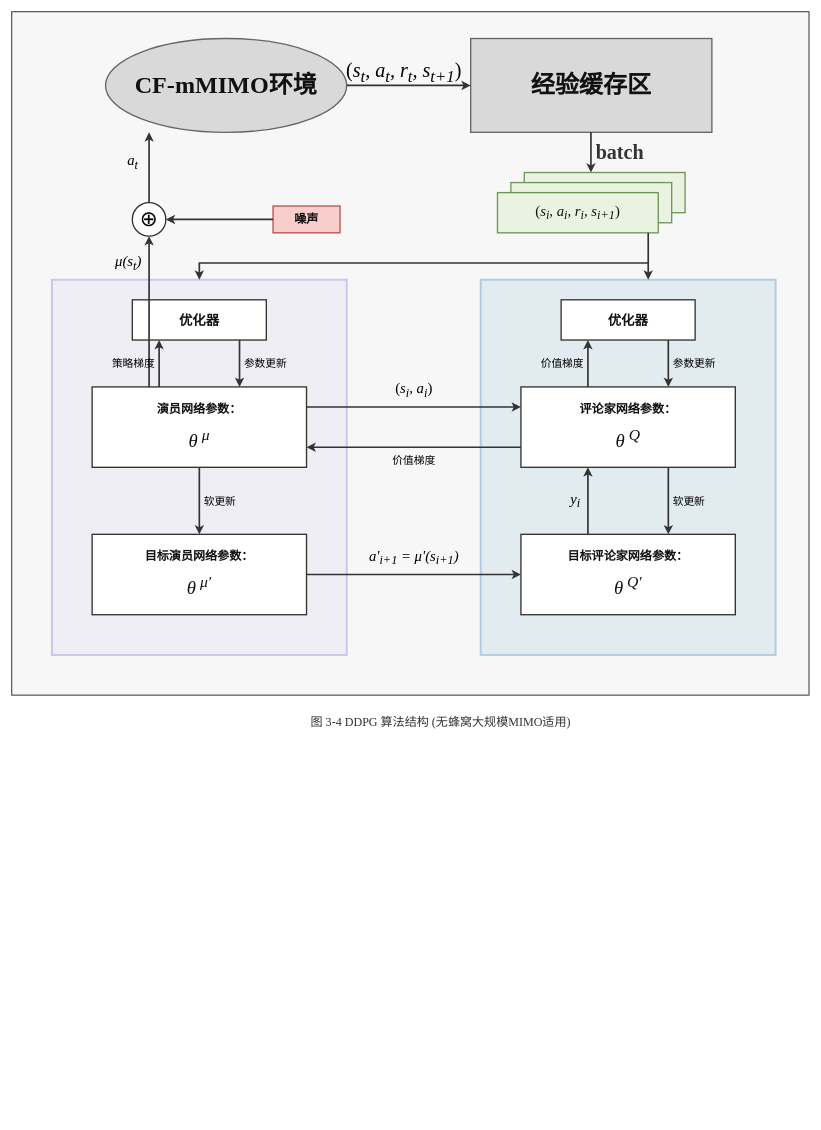
This is 毕设DDPG架构图.drawio from youmiwei/drawio, a draw.io file, before an edit. Source tidied: cells renumbered, new cells numbered last; positions are measured from the earlier drawing's top-left corner, leaving out a move shared by most shapes. Both pictures are drawn from the tidied source at 67%, with x=0, y=0 at pixel (11, 11).
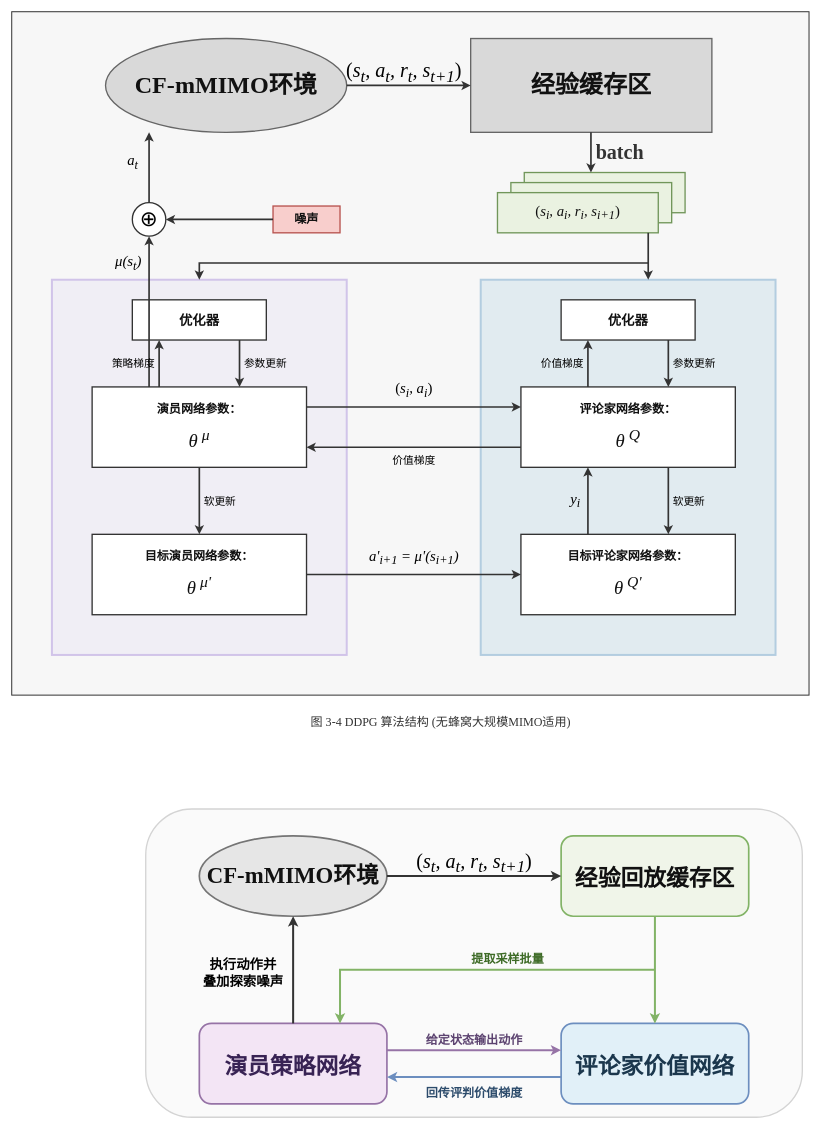
Above is the later version.

Commit message (it also covers changes not shown here):
更新毕设DDPG架构图.drawio

The edit, as a diff of the source:
```diff
@@
+    <mxCell id="50" style="rounded=1;whiteSpace=wrap;html=1;fillColor=#fafafa;strokeColor=#d4d4d4;strokeWidth=2;fontFamily=Times New Roman, 宋体;" parent="1" vertex="1">
+      <mxGeometry x="200" y="1190" width="980" height="460" as="geometry" />
+    </mxCell>
+    <mxCell id="51" value="&lt;b style=&quot;color: rgb(17, 17, 17);&quot;&gt;&lt;font style=&quot;font-size: 34px;&quot;&gt;CF-mMIMO环境&lt;/font&gt;&lt;/b&gt;" style="ellipse;whiteSpace=wrap;html=1;fillColor=#e6e6e6;strokeColor=#757575;strokeWidth=2.5;fontFamily=Times New Roman, 宋体;fontColor=#333333;spacingTop=10;spacingBottom=10;" parent="1" vertex="1">
+      <mxGeometry x="280" y="1230" width="280" height="120" as="geometry" />
+    </mxCell>
+    <mxCell id="52" value="&lt;b style=&quot;color: rgb(17, 17, 17);&quot;&gt;&lt;font style=&quot;font-size: 34px;&quot;&gt;经验回放缓存区&lt;/font&gt;&lt;/b&gt;" style="rounded=1;whiteSpace=wrap;html=1;fillColor=#f0f5e9;strokeColor=#82b366;strokeWidth=2.5;fontFamily=Times New Roman, 宋体;fontColor=#2d4013;spacingTop=10;" parent="1" vertex="1">
+      <mxGeometry x="820" y="1230" width="280" height="120" as="geometry" />
+    </mxCell>
+    <mxCell id="53" value="&lt;b style=&quot;&quot;&gt;&lt;font style=&quot;font-size: 34px;&quot;&gt;演员策略网络&lt;/font&gt;&lt;/b&gt;" style="rounded=1;whiteSpace=wrap;html=1;fillColor=#f3e5f5;strokeColor=#9673a6;strokeWidth=2.5;fontFamily=Times New Roman, 宋体;fontColor=#382354;spacingTop=10;" parent="1" vertex="1">
+      <mxGeometry x="280" y="1510" width="280" height="120" as="geometry" />
+    </mxCell>
+    <mxCell id="54" value="&lt;b style=&quot;&quot;&gt;&lt;font style=&quot;font-size: 34px;&quot;&gt;评论家价值网络&lt;/font&gt;&lt;/b&gt;" style="rounded=1;whiteSpace=wrap;html=1;fillColor=#e1f0f8;strokeColor=#6c8ebf;strokeWidth=2.5;fontFamily=Times New Roman, 宋体;fontColor=#1b374d;spacingTop=10;" parent="1" vertex="1">
+      <mxGeometry x="820" y="1510" width="280" height="120" as="geometry" />
+    </mxCell>
+    <mxCell id="55" style="endArrow=classic;html=1;strokeWidth=3;strokeColor=#333333;fontFamily=Times New Roman, 宋体;" parent="1" edge="1">
+      <mxGeometry relative="1" as="geometry">
+        <mxPoint x="420" y="1510" as="sourcePoint" />
+        <mxPoint x="420" y="1350" as="targetPoint" />
+      </mxGeometry>
+    </mxCell>
+    <mxCell id="56" value="&lt;font style=&quot;font-size: 20px;&quot;&gt;&lt;b&gt;执行动作并&lt;br&gt;叠加探索噪声&lt;/b&gt;&lt;/font&gt;" style="text;html=1;align=center;verticalAlign=middle;fontFamily=Times New Roman, 宋体;" parent="1" vertex="1">
+      <mxGeometry x="265" y="1414" width="160" height="40" as="geometry" />
+    </mxCell>
+    <mxCell id="57" style="endArrow=classic;html=1;strokeWidth=3;strokeColor=#333333;fontFamily=Times New Roman, 宋体;" parent="1" edge="1">
+      <mxGeometry relative="1" as="geometry">
+        <mxPoint x="560" y="1290" as="sourcePoint" />
+        <mxPoint x="820" y="1290" as="targetPoint" />
+      </mxGeometry>
+    </mxCell>
+    <mxCell id="58" style="endArrow=classic;html=1;strokeWidth=3;strokeColor=#82b366;edgeStyle=orthogonalEdgeStyle;rounded=0;fontFamily=Times New Roman, 宋体;" parent="1" edge="1">
+      <mxGeometry relative="1" as="geometry">
+        <mxPoint x="960" y="1350" as="sourcePoint" />
+        <mxPoint x="960" y="1510" as="targetPoint" />
+        <Array as="points">
+          <mxPoint x="960" y="1430" />
+          <mxPoint x="960" y="1430" />
+        </Array>
+      </mxGeometry>
+    </mxCell>
+    <mxCell id="59" style="endArrow=classic;html=1;strokeWidth=3;strokeColor=#82b366;edgeStyle=orthogonalEdgeStyle;rounded=0;fontFamily=Times New Roman, 宋体;" parent="1" edge="1">
+      <mxGeometry relative="1" as="geometry">
+        <mxPoint x="960" y="1430" as="sourcePoint" />
+        <mxPoint x="490" y="1510" as="targetPoint" />
+        <Array as="points">
+          <mxPoint x="490" y="1430" />
+        </Array>
+      </mxGeometry>
+    </mxCell>
+    <mxCell id="60" value="&lt;span style=&quot;font-size: 18px; font-weight: bold; color: rgb(62, 107, 39); padding: 2px 8px;&quot;&gt;提取采样批量&lt;/span&gt;" style="text;html=1;align=center;verticalAlign=middle;fontFamily=Times New Roman, 宋体;" parent="1" vertex="1">
+      <mxGeometry x="540" y="1400" width="400" height="30" as="geometry" />
+    </mxCell>
+    <mxCell id="61" style="endArrow=classic;html=1;strokeWidth=3;strokeColor=#9673a6;fontFamily=Times New Roman, 宋体;" parent="1" edge="1">
+      <mxGeometry relative="1" as="geometry">
+        <mxPoint x="560" y="1550" as="sourcePoint" />
+        <mxPoint x="820" y="1550" as="targetPoint" />
+      </mxGeometry>
+    </mxCell>
+    <mxCell id="62" value="&lt;span style=&quot;font-size: 18px; font-weight: bold; color: rgb(92, 67, 112);&quot;&gt;给定状态输出动作&lt;/span&gt;" style="text;html=1;align=center;verticalAlign=middle;fontFamily=Times New Roman, 宋体;" parent="1" vertex="1">
+      <mxGeometry x="580" y="1520" width="220" height="30" as="geometry" />
+    </mxCell>
+    <mxCell id="63" style="endArrow=classic;html=1;strokeWidth=3;strokeColor=#6c8ebf;fontFamily=Times New Roman, 宋体;" parent="1" edge="1">
+      <mxGeometry relative="1" as="geometry">
+        <mxPoint x="820" y="1590" as="sourcePoint" />
+        <mxPoint x="560" y="1590" as="targetPoint" />
+      </mxGeometry>
+    </mxCell>
+    <mxCell id="64" value="&lt;span style=&quot;font-size: 18px; font-weight: bold; color: rgb(44, 75, 107);&quot;&gt;回传评判价值梯度&lt;/span&gt;" style="text;html=1;align=center;verticalAlign=middle;fontFamily=Times New Roman, 宋体;" parent="1" vertex="1">
+      <mxGeometry x="580" y="1600" width="220" height="30" as="geometry" />
+    </mxCell>
+    <mxCell id="65" value="&lt;font style=&quot;font-size: 30px;&quot;&gt;(&lt;i style=&quot;&quot;&gt;s&lt;sub&gt;t&lt;/sub&gt;, a&lt;sub&gt;t&lt;/sub&gt;, r&lt;sub&gt;t&lt;/sub&gt;, s&lt;sub&gt;t+1&lt;/sub&gt;&lt;/i&gt;)&lt;/font&gt;" style="text;html=1;align=center;verticalAlign=middle;fontFamily=Times New Roman, 宋体;" parent="1" vertex="1">
+      <mxGeometry x="590" y="1250" width="200" height="40" as="geometry" />
+    </mxCell>
```
